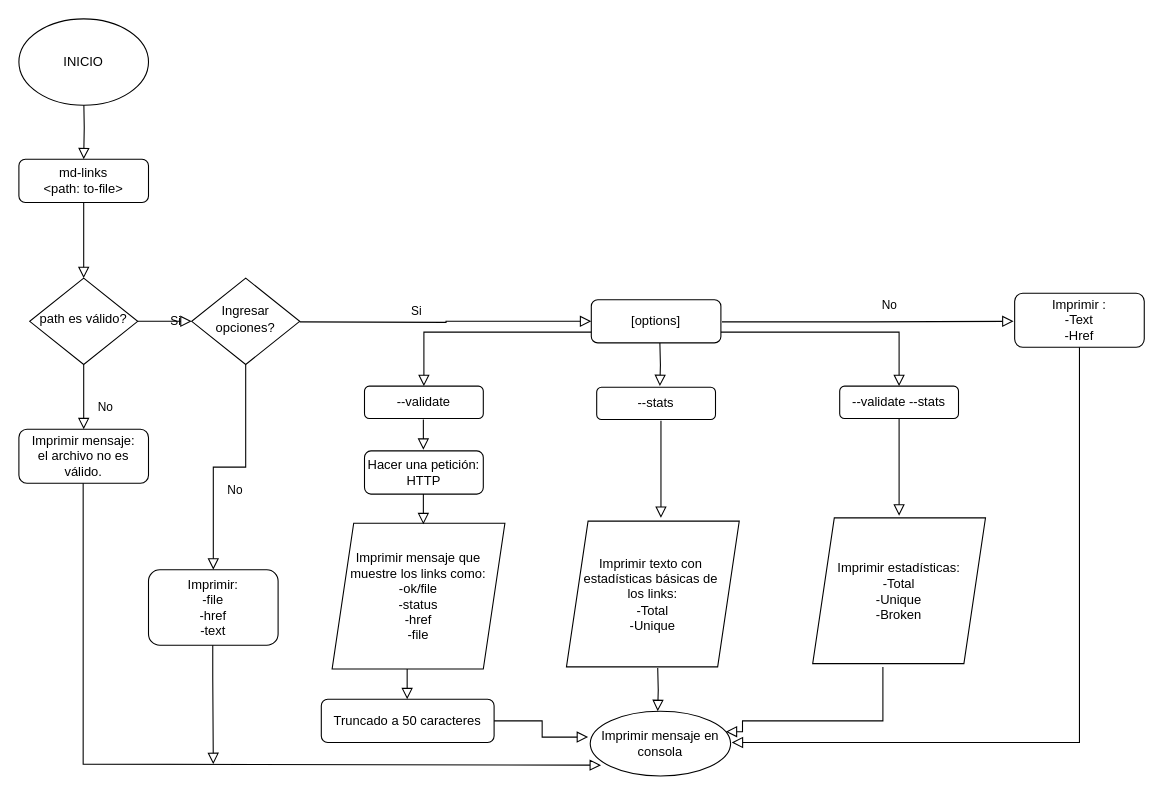
Before: Diagrama CLI.drawio in Laboratoria/DEV003-md-links, a draw.io diagram. Source tidied: cells renumbered, new cells numbered last; positions are measured from the earlier drawing's top-left corner, leaving out a move shared by most shapes. Both pictures are drawn from the tidied source at 108%, with x=0, y=0 at pixel (18, 18).
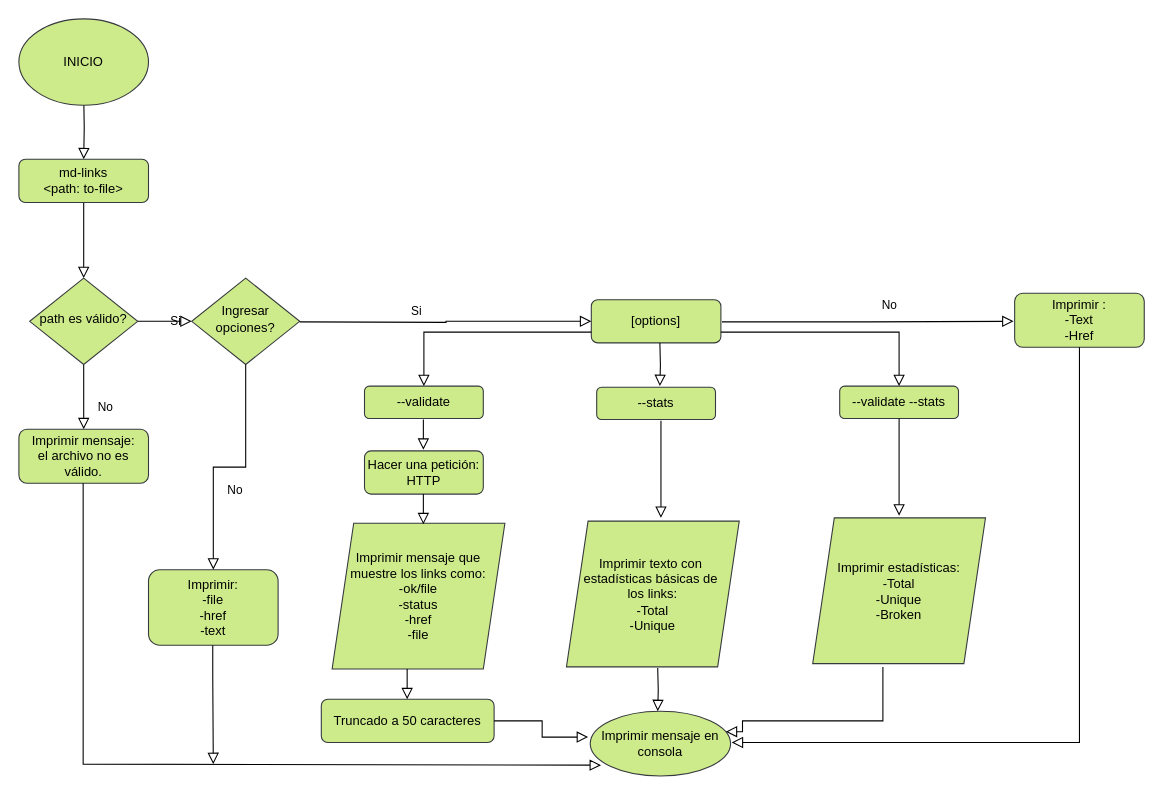
The same page after the edit.

Change to the diagram source:
```diff
@@
-    <mxCell id="4" value="md-links&lt;br&gt;&amp;lt;path: to-file&amp;gt;" style="rounded=1;whiteSpace=wrap;html=1;fontSize=12;glass=0;strokeWidth=1;shadow=0;" parent="1" vertex="1">
+    <mxCell id="4" value="md-links&lt;br&gt;&amp;lt;path: to-file&amp;gt;" style="rounded=1;whiteSpace=wrap;html=1;fontSize=12;glass=0;strokeWidth=1;shadow=0;fillColor=#cdeb8b;strokeColor=#36393d;" parent="1" vertex="1">
       <mxGeometry y="130" width="120" height="40" as="geometry" />
     </mxCell>
@@
-    <mxCell id="7" value="path es válido?" style="rhombus;whiteSpace=wrap;html=1;shadow=0;fontFamily=Helvetica;fontSize=12;align=center;strokeWidth=1;spacing=6;spacingTop=-4;" parent="1" vertex="1">
+    <mxCell id="7" value="path es válido?" style="rhombus;whiteSpace=wrap;html=1;shadow=0;fontFamily=Helvetica;fontSize=12;align=center;strokeWidth=1;spacing=6;spacingTop=-4;fillColor=#cdeb8b;strokeColor=#36393d;" parent="1" vertex="1">
       <mxGeometry x="10" y="240" width="100" height="80" as="geometry" />
     </mxCell>
-    <mxCell id="8" value="Imprimir mensaje:&lt;br&gt;el archivo no es válido." style="rounded=1;whiteSpace=wrap;html=1;fontSize=12;glass=0;strokeWidth=1;shadow=0;" parent="1" vertex="1">
+    <mxCell id="8" value="Imprimir mensaje:&lt;br&gt;el archivo no es válido." style="rounded=1;whiteSpace=wrap;html=1;fontSize=12;glass=0;strokeWidth=1;shadow=0;fillColor=#cdeb8b;strokeColor=#36393d;" parent="1" vertex="1">
       <mxGeometry y="380" width="120" height="50" as="geometry" />
     </mxCell>
-    <mxCell id="9" value="INICIO" style="ellipse;whiteSpace=wrap;html=1;" parent="1" vertex="1">
+    <mxCell id="9" value="INICIO" style="ellipse;whiteSpace=wrap;html=1;fillColor=#cdeb8b;strokeColor=#36393d;" parent="1" vertex="1">
       <mxGeometry width="120" height="80" as="geometry" />
     </mxCell>
-    <mxCell id="10" value="Ingresar opciones?" style="rhombus;whiteSpace=wrap;html=1;shadow=0;fontFamily=Helvetica;fontSize=12;align=center;strokeWidth=1;spacing=6;spacingTop=-4;" parent="1" vertex="1">
+    <mxCell id="10" value="Ingresar opciones?" style="rhombus;whiteSpace=wrap;html=1;shadow=0;fontFamily=Helvetica;fontSize=12;align=center;strokeWidth=1;spacing=6;spacingTop=-4;fillColor=#cdeb8b;strokeColor=#36393d;" parent="1" vertex="1">
       <mxGeometry x="160" y="240" width="100" height="80" as="geometry" />
     </mxCell>
-    <mxCell id="11" value="[options]" style="rounded=1;whiteSpace=wrap;html=1;" parent="1" vertex="1">
+    <mxCell id="11" value="[options]" style="rounded=1;whiteSpace=wrap;html=1;fillColor=#cdeb8b;strokeColor=#36393d;" parent="1" vertex="1">
       <mxGeometry x="530" y="260" width="120" height="40" as="geometry" />
     </mxCell>
@@
-    <mxCell id="13" value="Imprimir:&lt;br&gt;-file&lt;br&gt;-href&lt;br&gt;-text" style="rounded=1;whiteSpace=wrap;html=1;fontSize=12;glass=0;strokeWidth=1;shadow=0;" parent="1" vertex="1">
+    <mxCell id="13" value="Imprimir:&lt;br&gt;-file&lt;br&gt;-href&lt;br&gt;-text" style="rounded=1;whiteSpace=wrap;html=1;fontSize=12;glass=0;strokeWidth=1;shadow=0;fillColor=#cdeb8b;strokeColor=#36393d;" parent="1" vertex="1">
       <mxGeometry x="120" y="510" width="120" height="70" as="geometry" />
     </mxCell>
-    <mxCell id="14" value="--validate" style="rounded=1;whiteSpace=wrap;html=1;" parent="1" vertex="1">
+    <mxCell id="14" value="--validate" style="rounded=1;whiteSpace=wrap;html=1;fillColor=#cdeb8b;strokeColor=#36393d;" parent="1" vertex="1">
       <mxGeometry x="320" y="340" width="110" height="30" as="geometry" />
     </mxCell>
-    <mxCell id="15" value="--stats" style="rounded=1;whiteSpace=wrap;html=1;" parent="1" vertex="1">
+    <mxCell id="15" value="--stats" style="rounded=1;whiteSpace=wrap;html=1;fillColor=#cdeb8b;strokeColor=#36393d;" parent="1" vertex="1">
       <mxGeometry x="535" y="341" width="110" height="30" as="geometry" />
     </mxCell>
-    <mxCell id="16" value="--validate --stats" style="rounded=1;whiteSpace=wrap;html=1;" parent="1" vertex="1">
+    <mxCell id="16" value="--validate --stats" style="rounded=1;whiteSpace=wrap;html=1;fillColor=#cdeb8b;strokeColor=#36393d;" parent="1" vertex="1">
       <mxGeometry x="760" y="340" width="110" height="30" as="geometry" />
     </mxCell>
-    <mxCell id="17" value="Hacer una petición: HTTP" style="rounded=1;whiteSpace=wrap;html=1;" parent="1" vertex="1">
+    <mxCell id="17" value="Hacer una petición: HTTP" style="rounded=1;whiteSpace=wrap;html=1;fillColor=#cdeb8b;strokeColor=#36393d;" parent="1" vertex="1">
       <mxGeometry x="320" y="400" width="110" height="40" as="geometry" />
     </mxCell>
-    <mxCell id="18" value="Imprimir mensaje que muestre los links como:&lt;br&gt;-ok/file&lt;br&gt;-status&lt;br&gt;-href&lt;br&gt;-file" style="shape=parallelogram;perimeter=parallelogramPerimeter;whiteSpace=wrap;html=1;fixedSize=1;" parent="1" vertex="1">
+    <mxCell id="18" value="Imprimir mensaje que muestre los links como:&lt;br&gt;-ok/file&lt;br&gt;-status&lt;br&gt;-href&lt;br&gt;-file" style="shape=parallelogram;perimeter=parallelogramPerimeter;whiteSpace=wrap;html=1;fixedSize=1;fillColor=#cdeb8b;strokeColor=#36393d;" parent="1" vertex="1">
       <mxGeometry x="290" y="467" width="160" height="135" as="geometry" />
     </mxCell>
-    <mxCell id="19" value="Truncado a 50 caracteres" style="rounded=1;whiteSpace=wrap;html=1;" parent="1" vertex="1">
+    <mxCell id="19" value="Truncado a 50 caracteres" style="rounded=1;whiteSpace=wrap;html=1;fillColor=#cdeb8b;strokeColor=#36393d;" parent="1" vertex="1">
       <mxGeometry x="280" y="630" width="160" height="40" as="geometry" />
     </mxCell>
-    <mxCell id="20" value="Imprimir mensaje en consola" style="ellipse;whiteSpace=wrap;html=1;" parent="1" vertex="1">
+    <mxCell id="20" value="Imprimir mensaje en consola" style="ellipse;whiteSpace=wrap;html=1;fillColor=#cdeb8b;strokeColor=#36393d;" parent="1" vertex="1">
       <mxGeometry x="529" y="641" width="130" height="60" as="geometry" />
     </mxCell>
-    <mxCell id="21" value="Imprimir texto con&amp;nbsp;&lt;br&gt;estadísticas básicas de&amp;nbsp;&lt;br&gt;los links:&lt;br&gt;-Total&lt;br&gt;-Unique" style="shape=parallelogram;perimeter=parallelogramPerimeter;whiteSpace=wrap;html=1;fixedSize=1;" parent="1" vertex="1">
+    <mxCell id="21" value="Imprimir texto con&amp;nbsp;&lt;br&gt;estadísticas básicas de&amp;nbsp;&lt;br&gt;los links:&lt;br&gt;-Total&lt;br&gt;-Unique" style="shape=parallelogram;perimeter=parallelogramPerimeter;whiteSpace=wrap;html=1;fixedSize=1;fillColor=#cdeb8b;strokeColor=#36393d;" parent="1" vertex="1">
       <mxGeometry x="507" y="465" width="160" height="135" as="geometry" />
     </mxCell>
-    <mxCell id="22" value="Imprimir estadísticas:&lt;br&gt;-Total&lt;br&gt;-Unique&lt;br&gt;-Broken" style="shape=parallelogram;perimeter=parallelogramPerimeter;whiteSpace=wrap;html=1;fixedSize=1;" parent="1" vertex="1">
+    <mxCell id="22" value="Imprimir estadísticas:&lt;br&gt;-Total&lt;br&gt;-Unique&lt;br&gt;-Broken" style="shape=parallelogram;perimeter=parallelogramPerimeter;whiteSpace=wrap;html=1;fixedSize=1;fillColor=#cdeb8b;strokeColor=#36393d;" parent="1" vertex="1">
       <mxGeometry x="735" y="462" width="160" height="135" as="geometry" />
     </mxCell>
-    <mxCell id="23" value="Imprimir :&lt;br&gt;-Text&lt;br&gt;-Href" style="rounded=1;whiteSpace=wrap;html=1;" parent="1" vertex="1">
+    <mxCell id="23" value="Imprimir :&lt;br&gt;-Text&lt;br&gt;-Href" style="rounded=1;whiteSpace=wrap;html=1;fillColor=#cdeb8b;strokeColor=#36393d;" parent="1" vertex="1">
       <mxGeometry x="922" y="254" width="120" height="50" as="geometry" />
     </mxCell>
```
